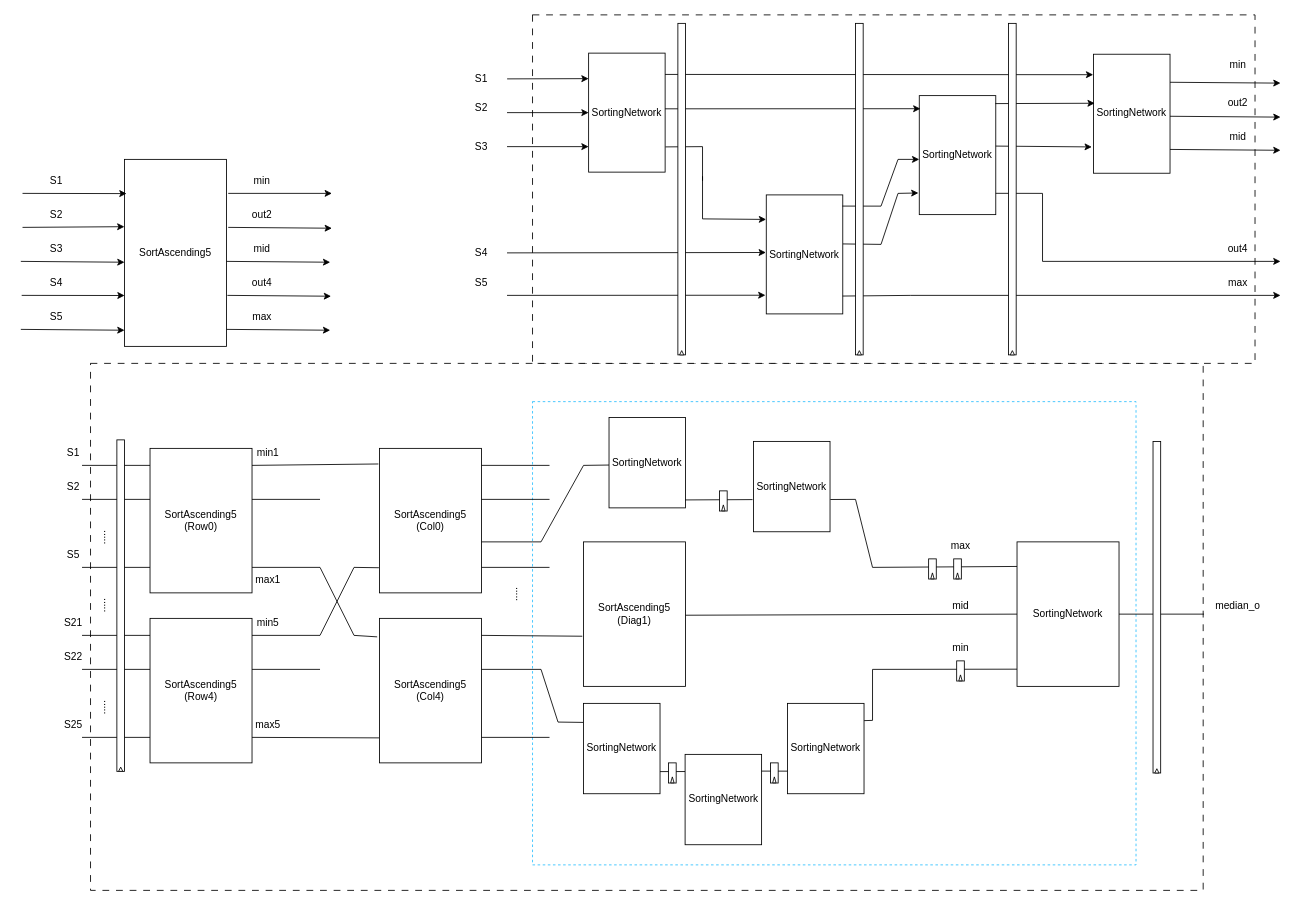
Earlier version of the draw.io diagram Draw/MedianFilterModules/Median5x5Calc.drawio (Hieuueihm/Thesis). Source tidied: cells renumbered, new cells numbered last; positions are measured from the earlier drawing's top-left corner, leaving out a move shared by most shapes. Both pictures are drawn from the tidied source at 85%, with x=0, y=0 at pixel (20, 14).
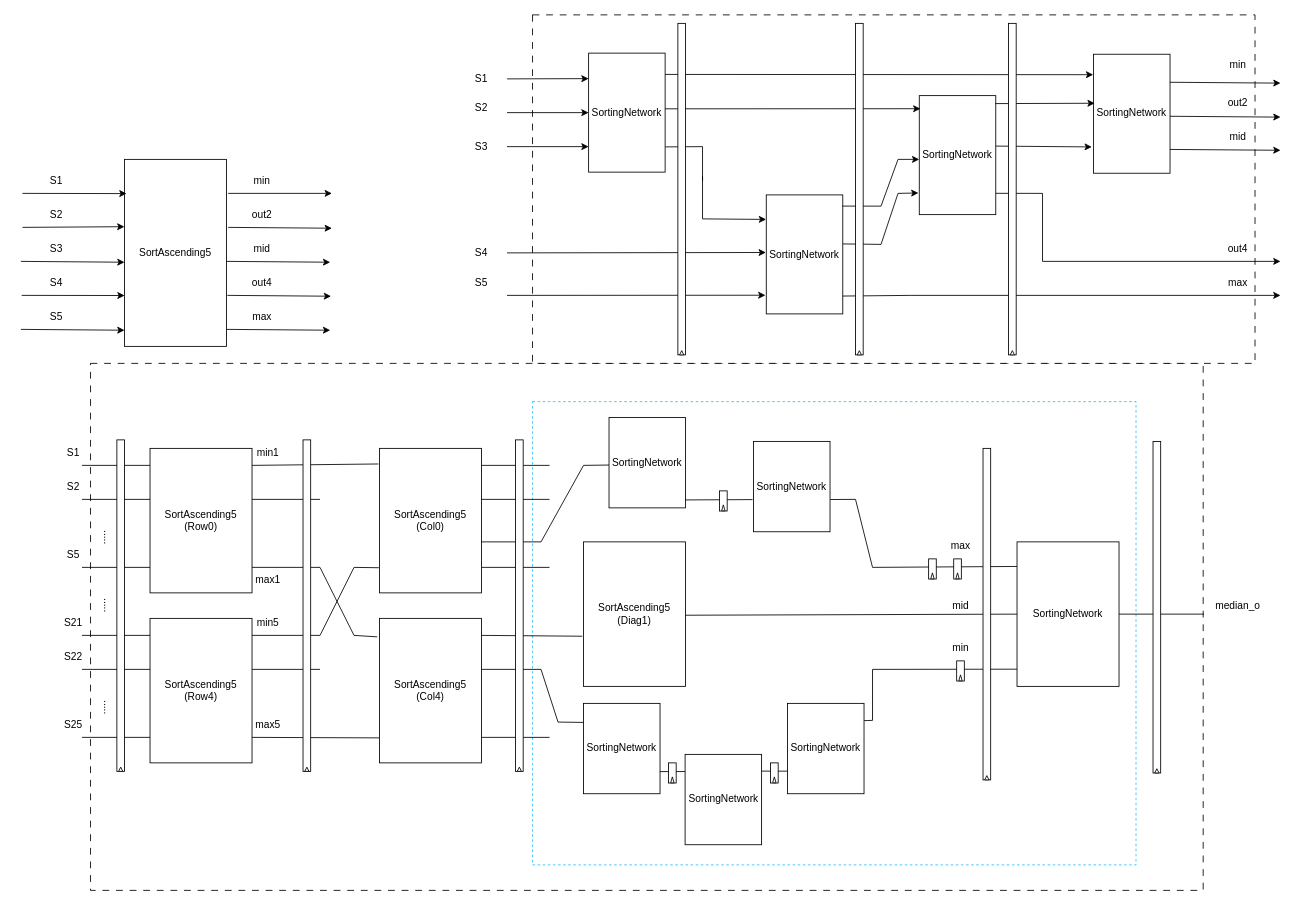
The same diagram, later.

What changed in the source:
```diff
@@
+    <mxCell id="145" style="group;" parent="1" vertex="1">
+      <mxGeometry x="332" y="500" width="9" height="390" as="geometry" />
+    </mxCell>
+    <mxCell id="146" style="rounded=0;whiteSpace=wrap;html=1;" parent="145" vertex="1">
+      <mxGeometry width="9" height="390" as="geometry" />
+    </mxCell>
+    <mxCell id="147" style="triangle;whiteSpace=wrap;html=1;rotation=270;" parent="145" vertex="1">
+      <mxGeometry x="2" y="385" width="5" height="5" as="geometry" />
+    </mxCell>
+    <mxCell id="148" style="group;" parent="1" vertex="1">
+      <mxGeometry x="582" y="500" width="9" height="390" as="geometry" />
+    </mxCell>
+    <mxCell id="149" style="rounded=0;whiteSpace=wrap;html=1;" parent="148" vertex="1">
+      <mxGeometry width="9" height="390" as="geometry" />
+    </mxCell>
+    <mxCell id="150" style="triangle;whiteSpace=wrap;html=1;rotation=270;" parent="148" vertex="1">
+      <mxGeometry x="2" y="385" width="5" height="5" as="geometry" />
+    </mxCell>
+    <mxCell id="151" style="group;" parent="1" vertex="1">
+      <mxGeometry x="1132" y="510" width="9" height="390" as="geometry" />
+    </mxCell>
+    <mxCell id="152" style="rounded=0;whiteSpace=wrap;html=1;" parent="151" vertex="1">
+      <mxGeometry width="9" height="390" as="geometry" />
+    </mxCell>
+    <mxCell id="153" style="triangle;whiteSpace=wrap;html=1;rotation=270;" parent="151" vertex="1">
+      <mxGeometry x="2" y="385" width="5" height="5" as="geometry" />
+    </mxCell>
```
